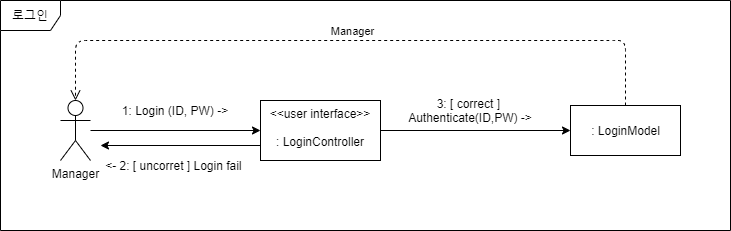
Earlier version of the draw.io export 상세명세서/Behavioral Model/communication diagram/로그인 communication diagram.png (distroytest/KNUSD-20202-Team05). Source tidied: cells renumbered, new cells last; positions are measured from the earlier drawing's top-left corner, leaving out a move shared by most shapes.
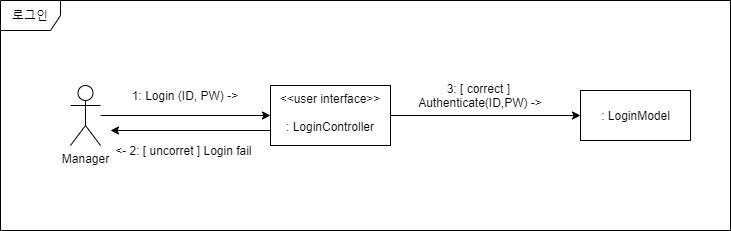
After the change.

What changed in the source:
```diff
@@ -28,20 +28,11 @@
     <mxCell id="9" value="3: [ correct ]&amp;nbsp; Authenticate(ID,PW) -&amp;gt;" style="text;html=1;strokeColor=none;fillColor=none;align=center;verticalAlign=middle;whiteSpace=wrap;rounded=0;" parent="1" vertex="1">
       <mxGeometry x="390" y="100" width="160" height="20" as="geometry" />
     </mxCell>
-    <mxCell id="10" value="Manager" style="html=1;verticalAlign=bottom;endArrow=open;dashed=1;endSize=8;exitX=0.5;exitY=0;exitDx=0;exitDy=0;entryX=0.5;entryY=0;entryDx=0;entryDy=0;entryPerimeter=0;" parent="1" edge="1" source="8" target="3">
-      <mxGeometry relative="1" as="geometry">
-        <Array as="points">
-          <mxPoint x="625" y="40" />
-          <mxPoint x="610" y="40" />
-          <mxPoint x="75" y="40" />
-        </Array>
-      </mxGeometry>
-    </mxCell>
     <mxCell id="11" value="&amp;lt;- 2: [ uncorret ] Login fail&amp;nbsp;" style="text;html=1;strokeColor=none;fillColor=none;align=center;verticalAlign=middle;whiteSpace=wrap;rounded=0;" parent="1" vertex="1">
       <mxGeometry x="100" y="155" width="150" height="20" as="geometry" />
     </mxCell>
     <mxCell id="12" value="로그인" style="shape=umlFrame;whiteSpace=wrap;html=1;" parent="1" vertex="1">
-      <mxGeometry width="730" height="230" as="geometry" />
+      <mxGeometry x="-10" y="15" width="730" height="230" as="geometry" />
     </mxCell>
   </root>
 </mxGraphModel>
```
